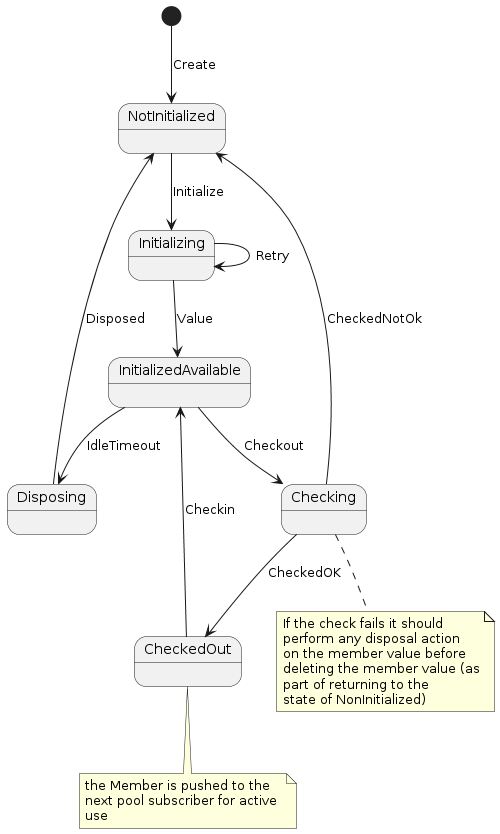
Before: src/docs/Member-state-diagram.png, a diagram exported from PlantUML (davidmoten/rxjava3-pool).
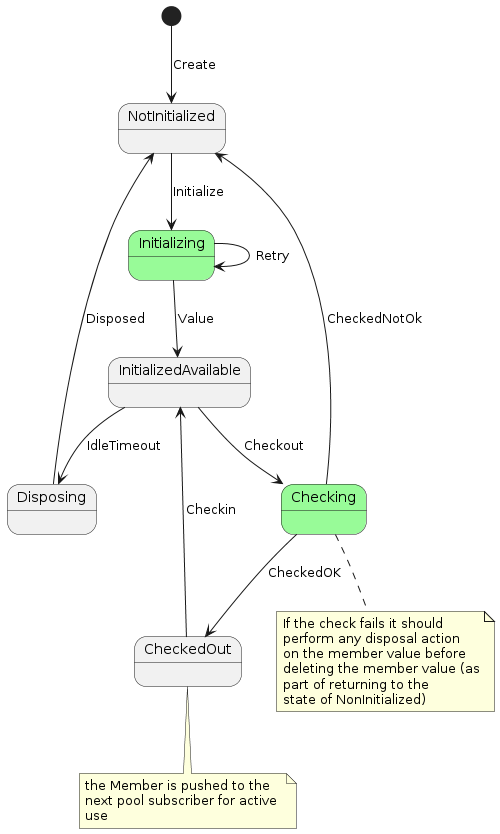
The same file after the commit.

Diff of the diagram source:
```diff
@@ -1,4 +1,9 @@
 @startuml
+
+state Initializing #palegreen {
+}
+state Checking #palegreen {
+}
 
 [*] --> NotInitialized: Create
 NotInitialized --> Initializing: Initialize
@@ -25,4 +30,5 @@
   next pool subscriber for active
   use
 end note
+
 @enduml
```
